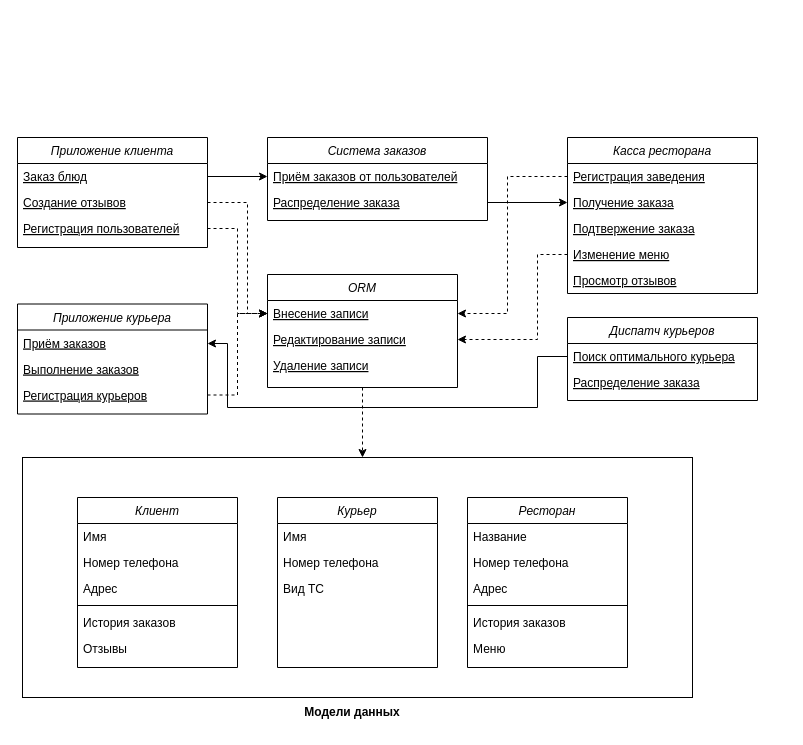
This is DRAWIO/КЛАССЫ СИСТЕМЫ.drawio from eteriall/Programming_Technologies_HSE_BI_3, a draw.io file, before an edit. Source tidied: cells renumbered, new cells numbered last; positions are measured from the earlier drawing's top-left corner, leaving out a move shared by most shapes. Both pictures are drawn from the tidied source at 100%, with x=0, y=0 at pixel (17, 137).
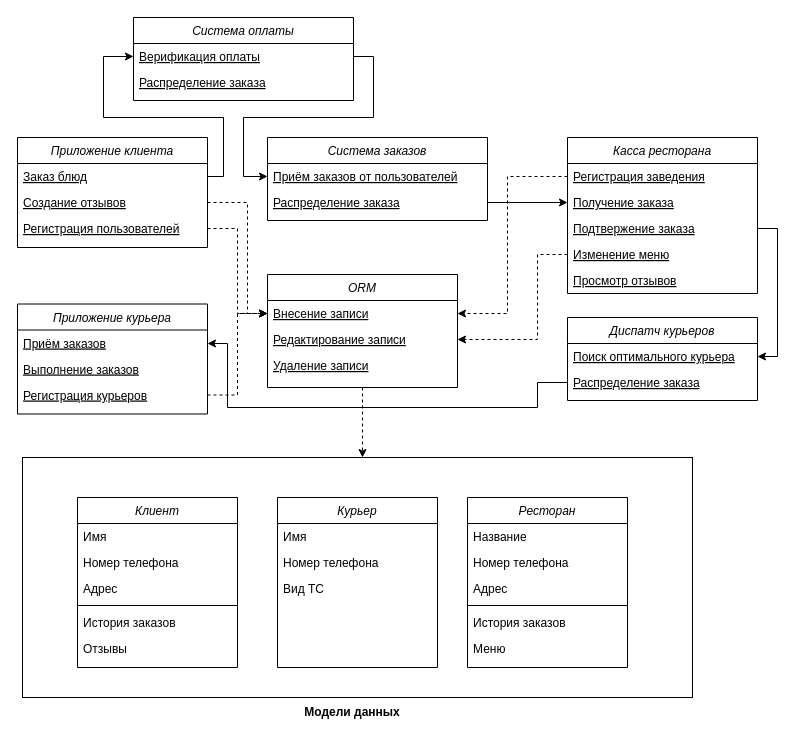
The same page after the edit.

The change refers to these unchanged cells:
```xml
<mxCell id="22" value="Поиск оптимального курьера" style="text;align=left;verticalAlign=top;spacingLeft=4;spacingRight=4;overflow=hidden;points=[[0,0.5],[1,0.5]];portConstraint=eastwest;fontStyle=4;" parent="21" vertex="1">
  <mxGeometry y="26" width="190" height="26" as="geometry" />
</mxCell>
<mxCell id="23" value="Распределение заказа" style="text;align=left;verticalAlign=top;spacingLeft=4;spacingRight=4;overflow=hidden;points=[[0,0.5],[1,0.5]];portConstraint=eastwest;fontStyle=4;" parent="21" vertex="1">
  <mxGeometry y="52" width="190" height="26" as="geometry" />
</mxCell>
<mxCell id="28" value="Подтвержение заказа" style="text;align=left;verticalAlign=top;spacingLeft=4;spacingRight=4;overflow=hidden;points=[[0,0.5],[1,0.5]];portConstraint=eastwest;fontStyle=4;" parent="25" vertex="1">
  <mxGeometry y="78" width="190" height="26" as="geometry" />
</mxCell>
<mxCell id="32" value="Заказ блюд" style="text;align=left;verticalAlign=top;spacingLeft=4;spacingRight=4;overflow=hidden;points=[[0,0.5],[1,0.5]];portConstraint=eastwest;fontStyle=4;" parent="31" vertex="1">
  <mxGeometry y="26" width="190" height="26" as="geometry" />
</mxCell>
<mxCell id="36" value="Приём заказов от пользователей" style="text;align=left;verticalAlign=top;spacingLeft=4;spacingRight=4;overflow=hidden;points=[[0,0.5],[1,0.5]];portConstraint=eastwest;fontStyle=4;" parent="35" vertex="1">
  <mxGeometry y="26" width="220" height="26" as="geometry" />
</mxCell>
<mxCell id="50" value="Приём заказов" style="text;align=left;verticalAlign=top;spacingLeft=4;spacingRight=4;overflow=hidden;points=[[0,0.5],[1,0.5]];portConstraint=eastwest;fontStyle=4;" parent="49" vertex="1">
  <mxGeometry y="26" width="190" height="26" as="geometry" />
</mxCell>
```

The edit, as a diff of the source:
```diff
@@
-    <mxCell id="43" style="edgeStyle=orthogonalEdgeStyle;rounded=0;jettySize=auto;html=1;fontStyle=1;" parent="1" edge="1" source="32" target="36">
-      <mxGeometry relative="1" as="geometry" />
+    <mxCell id="43" style="edgeStyle=orthogonalEdgeStyle;rounded=0;jettySize=auto;html=1;fontStyle=1;entryX=0;entryY=0.5;entryDx=0;entryDy=0;" parent="1" edge="1" source="32" target="56">
+      <mxGeometry relative="1" as="geometry">
+        <Array as="points">
+          <mxPoint x="206" y="39" />
+          <mxPoint x="206" y="-20" />
+          <mxPoint x="86" y="-20" />
+          <mxPoint x="86" y="-81" />
+        </Array>
+      </mxGeometry>
     </mxCell>
@@
-    <mxCell id="54" style="edgeStyle=orthogonalEdgeStyle;rounded=0;jettySize=auto;html=1;exitX=0;exitY=0.5;exitDx=0;exitDy=0;" parent="1" edge="1" source="22" target="50">
+    <mxCell id="54" style="edgeStyle=orthogonalEdgeStyle;rounded=0;jettySize=auto;html=1;exitX=0;exitY=0.5;exitDx=0;exitDy=0;" parent="1" edge="1" source="23" target="50">
       <mxGeometry relative="1" as="geometry">
         <Array as="points">
-          <mxPoint x="520" y="219" />
+          <mxPoint x="520" y="245" />
           <mxPoint x="520" y="270" />
           <mxPoint x="210" y="270" />
           <mxPoint x="210" y="206" />
         </Array>
       </mxGeometry>
     </mxCell>
+    <mxCell id="55" value="Система оплаты" style="swimlane;fontStyle=2;align=center;verticalAlign=top;horizontal=1;startSize=26;rounded=0;shadow=0;strokeWidth=1;" parent="1" vertex="1">
+      <mxGeometry x="116" y="-120" width="220" height="83" as="geometry" />
+    </mxCell>
+    <mxCell id="56" value="Верификация оплаты" style="text;align=left;verticalAlign=top;spacingLeft=4;spacingRight=4;overflow=hidden;points=[[0,0.5],[1,0.5]];portConstraint=eastwest;fontStyle=4;" parent="55" vertex="1">
+      <mxGeometry y="26" width="220" height="26" as="geometry" />
+    </mxCell>
+    <mxCell id="57" value="Распределение заказа" style="text;align=left;verticalAlign=top;spacingLeft=4;spacingRight=4;overflow=hidden;fontStyle=4;" parent="55" vertex="1">
+      <mxGeometry y="52" width="220" height="26" as="geometry" />
+    </mxCell>
+    <mxCell id="58" style="edgeStyle=orthogonalEdgeStyle;rounded=0;jettySize=auto;html=1;entryX=0;entryY=0.5;entryDx=0;entryDy=0;" parent="1" edge="1" source="56" target="36">
+      <mxGeometry relative="1" as="geometry">
+        <Array as="points">
+          <mxPoint x="356" y="-81" />
+          <mxPoint x="356" y="-20" />
+          <mxPoint x="226" y="-20" />
+          <mxPoint x="226" y="39" />
+        </Array>
+      </mxGeometry>
+    </mxCell>
+    <mxCell id="59" style="edgeStyle=orthogonalEdgeStyle;rounded=0;jettySize=auto;html=1;entryX=1;entryY=0.5;entryDx=0;entryDy=0;exitX=1;exitY=0.5;exitDx=0;exitDy=0;" parent="1" edge="1" source="28" target="22">
+      <mxGeometry relative="1" as="geometry" />
+    </mxCell>
```
